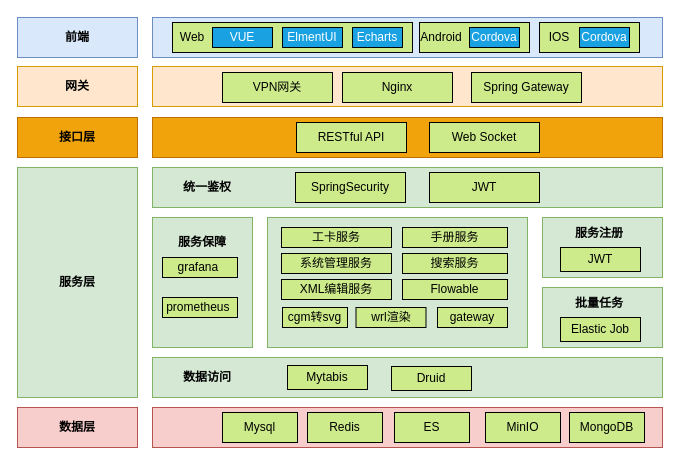
This is IETP架构.drawio from DemonHan/KuickBuy, a draw.io file, before an edit. Source tidied: cells renumbered, new cells numbered last; positions are measured from the earlier drawing's top-left corner, leaving out a move shared by most shapes. Both pictures are drawn from the tidied source at 100%, with x=0, y=0 at pixel (17, 17).
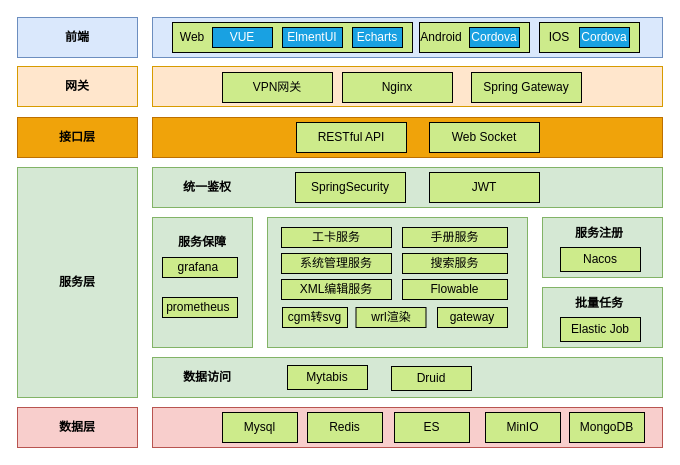
Above is the later version.

What changed in the source:
```diff
@@
-    <mxCell id="45" value="JWT" style="rounded=0;whiteSpace=wrap;html=1;fillColor=#CDEB8B;" parent="1" vertex="1">
+    <mxCell id="45" value="Nacos" style="rounded=0;whiteSpace=wrap;html=1;fillColor=#CDEB8B;" parent="1" vertex="1">
       <mxGeometry x="543" y="230" width="80" height="24" as="geometry" />
     </mxCell>
```
